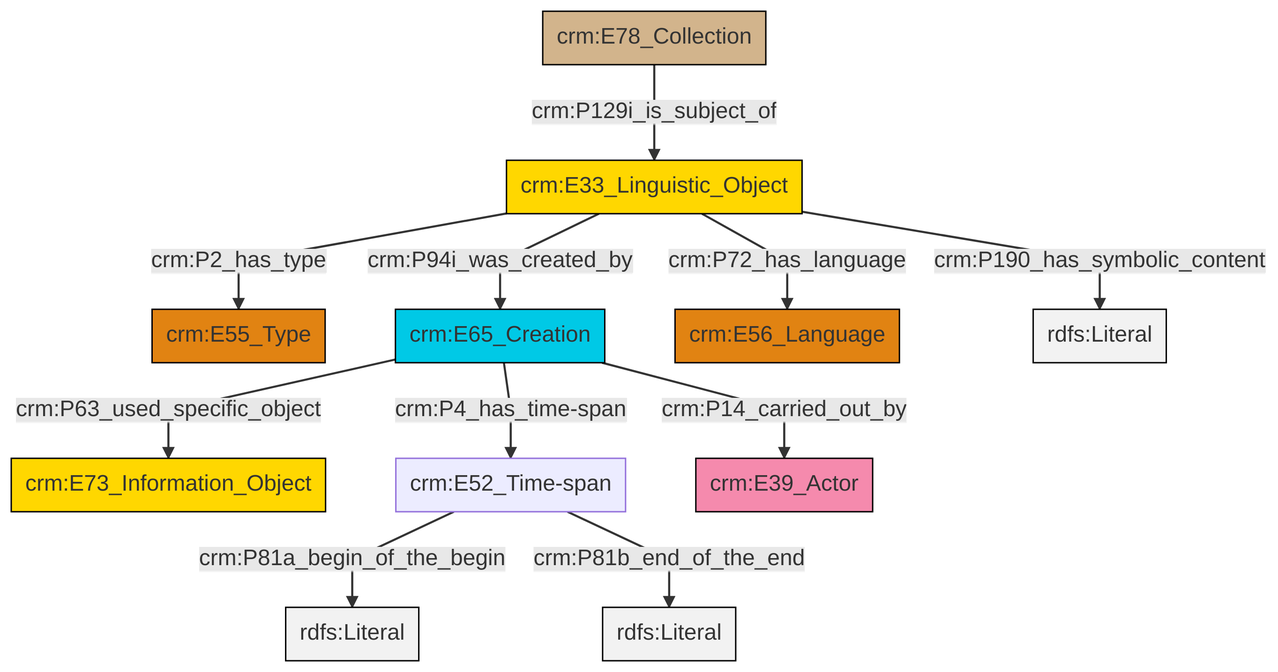
This is et/archivalCSV/ttl/mmd/png/archival_desc.png from swiss-art-research-net/docs.swissartresearch, a Mermaid export, as it was before one commit. Its source is kept beside it as et/archivalCSV/ttl/mmd/archival_desc.ttl.mmd.
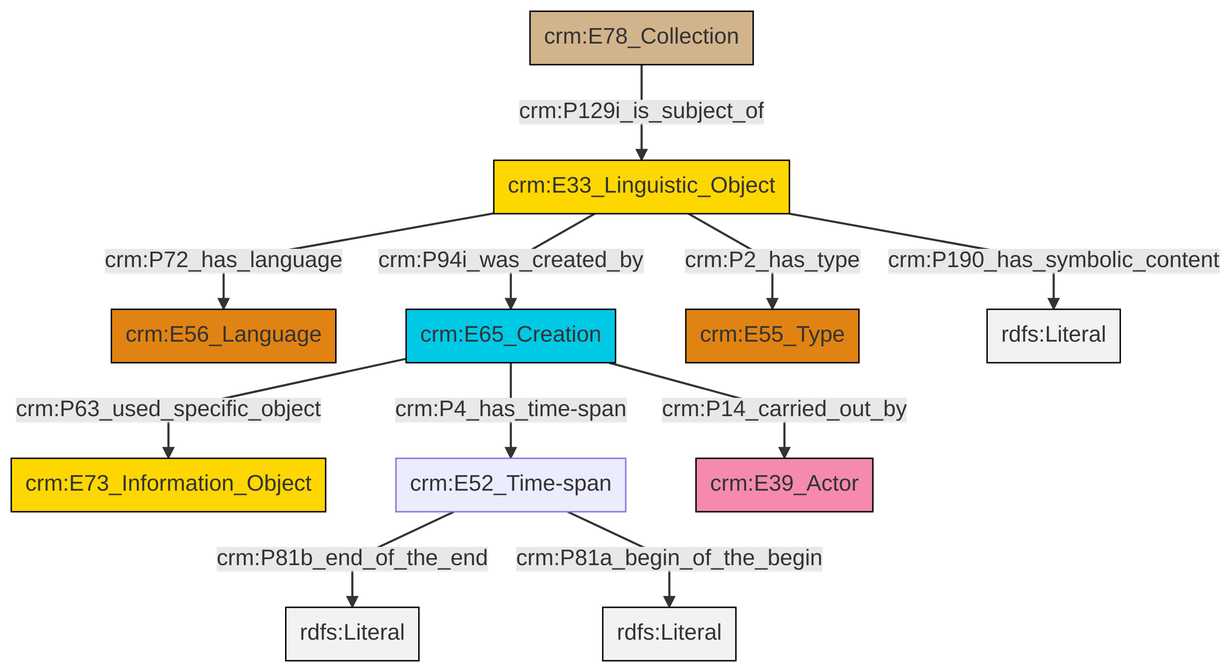
After the change.

Change to the diagram source:
```diff
@@ -13,13 +13,13 @@
 classDef PC_Classes fill:#4ce600, stroke:#000000;
 classDef Multi fill:#cccccc,stroke:#000000;
 
-0["crm:E33_Linguistic_Object"]:::Conceptual_Object -->|crm:P2_has_type| 1["crm:E55_Type"]:::Type
-3["crm:E65_Creation"]:::Temporal_Entity -->|crm:P63_used_specific_object| 4["crm:E73_Information_Object"]:::Conceptual_Object
-3["crm:E65_Creation"]:::Temporal_Entity -->|crm:P4_has_time-span| 5["crm:E52_Time-span"]:::Default
-6["crm:E78_Collection"]:::Physical_Thing -->|crm:P129i_is_subject_of| 0["crm:E33_Linguistic_Object"]:::Conceptual_Object
-0["crm:E33_Linguistic_Object"]:::Conceptual_Object -->|crm:P72_has_language| 10["crm:E56_Language"]:::Type
-5["crm:E52_Time-span"]:::Default -->|crm:P81a_begin_of_the_begin| 13[rdfs:Literal]:::Literal
-5["crm:E52_Time-span"]:::Default -->|crm:P81b_end_of_the_end| 17[rdfs:Literal]:::Literal
-3["crm:E65_Creation"]:::Temporal_Entity -->|crm:P14_carried_out_by| 14["crm:E39_Actor"]:::Actor
-0["crm:E33_Linguistic_Object"]:::Conceptual_Object -->|crm:P94i_was_created_by| 3["crm:E65_Creation"]:::Temporal_Entity
-0["crm:E33_Linguistic_Object"]:::Conceptual_Object -->|crm:P190_has_symbolic_content| 18[rdfs:Literal]:::Literal
+0["crm:E33_Linguistic_Object"]:::Conceptual_Object -->|crm:P72_has_language| 1["crm:E56_Language"]:::Type
+0["crm:E33_Linguistic_Object"]:::Conceptual_Object -->|crm:P94i_was_created_by| 2["crm:E65_Creation"]:::Temporal_Entity
+9["crm:E52_Time-span"]:::Default -->|crm:P81b_end_of_the_end| 10[rdfs:Literal]:::Literal
+0["crm:E33_Linguistic_Object"]:::Conceptual_Object -->|crm:P2_has_type| 7["crm:E55_Type"]:::Type
+0["crm:E33_Linguistic_Object"]:::Conceptual_Object -->|crm:P190_has_symbolic_content| 12[rdfs:Literal]:::Literal
+2["crm:E65_Creation"]:::Temporal_Entity -->|crm:P14_carried_out_by| 13["crm:E39_Actor"]:::Actor
+2["crm:E65_Creation"]:::Temporal_Entity -->|crm:P4_has_time-span| 9["crm:E52_Time-span"]:::Default
+2["crm:E65_Creation"]:::Temporal_Entity -->|crm:P63_used_specific_object| 3["crm:E73_Information_Object"]:::Conceptual_Object
+5["crm:E78_Collection"]:::Physical_Thing -->|crm:P129i_is_subject_of| 0["crm:E33_Linguistic_Object"]:::Conceptual_Object
+9["crm:E52_Time-span"]:::Default -->|crm:P81a_begin_of_the_begin| 18[rdfs:Literal]:::Literal
```
